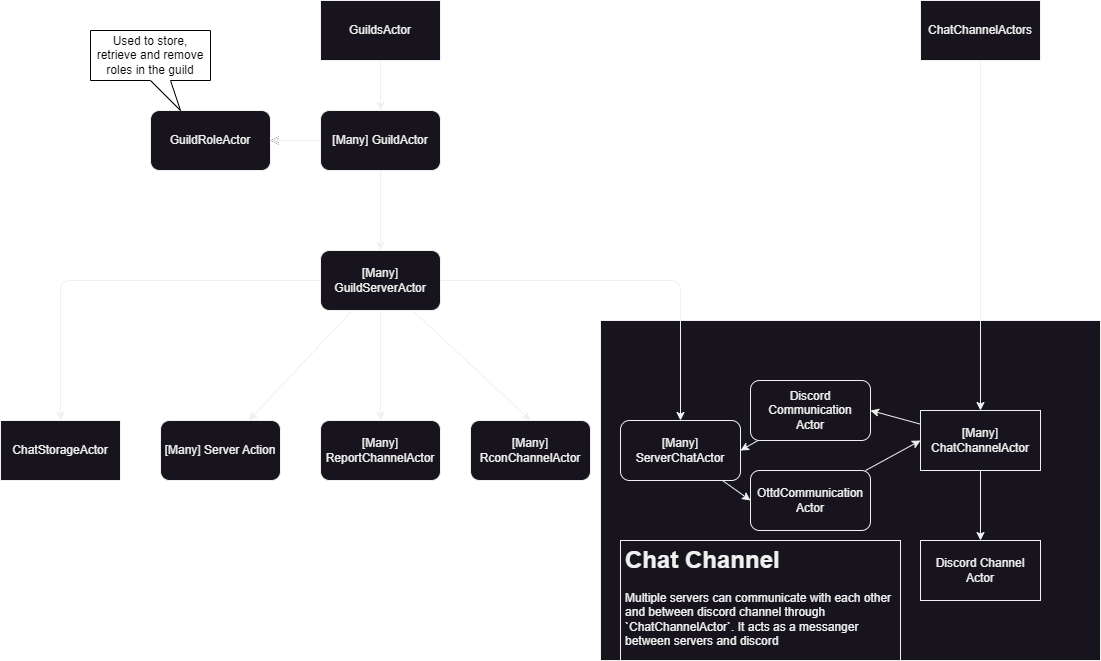
Earlier version of the draw.io export docs/akka.drawio.png (shoter/OpenttdDiscord). Source tidied: cells renumbered, new cells last; positions are measured from the earlier drawing's top-left corner, leaving out a move shared by most shapes. Its diagram source:
```xml
<mxGraphModel>
  <root>
    <mxCell id="0" />
    <mxCell id="1" parent="0" />
    <mxCell id="2" style="rounded=0;whiteSpace=wrap;html=1;strokeColor=#f0f0f0;fillColor=#18141D;" parent="1" vertex="1">
      <mxGeometry x="600" y="320" width="500" height="340" as="geometry" />
    </mxCell>
    <mxCell id="3" style="edgeStyle=none;html=1;strokeColor=#F0F0F0;" parent="1" edge="1" source="5" target="13">
      <mxGeometry relative="1" as="geometry" />
    </mxCell>
    <mxCell id="4" style="edgeStyle=none;html=1;entryX=1;entryY=0.5;entryDx=0;entryDy=0;" parent="1" edge="1" source="5" target="31">
      <mxGeometry relative="1" as="geometry" />
    </mxCell>
    <mxCell id="5" value="[Many] GuildActor" style="rounded=1;whiteSpace=wrap;html=1;strokeColor=#f0f0f0;fillColor=#18141D;fontColor=#F0F0F0;" parent="1" vertex="1">
      <mxGeometry x="320" y="110" width="120" height="60" as="geometry" />
    </mxCell>
    <mxCell id="6" style="edgeStyle=none;html=1;entryX=0.5;entryY=0;entryDx=0;entryDy=0;fontSize=12;strokeColor=#F0F0F0;" parent="1" edge="1" source="7" target="5">
      <mxGeometry relative="1" as="geometry" />
    </mxCell>
    <mxCell id="7" value="GuildsActor" style="rounded=0;whiteSpace=wrap;html=1;fontSize=12;strokeColor=#f0f0f0;fillColor=#18141D;fontColor=#F0F0F0;" parent="1" vertex="1">
      <mxGeometry x="320" width="120" height="60" as="geometry" />
    </mxCell>
    <mxCell id="8" style="edgeStyle=none;html=1;strokeColor=#F0F0F0;" parent="1" edge="1" source="13" target="14">
      <mxGeometry relative="1" as="geometry" />
    </mxCell>
    <mxCell id="9" style="edgeStyle=none;html=1;entryX=0.5;entryY=0;entryDx=0;entryDy=0;exitX=1;exitY=0.5;exitDx=0;exitDy=0;strokeColor=#F0F0F0;" parent="1" edge="1" source="13" target="16">
      <mxGeometry relative="1" as="geometry">
        <Array as="points">
          <mxPoint x="680" y="280" />
        </Array>
      </mxGeometry>
    </mxCell>
    <mxCell id="10" style="edgeStyle=none;html=1;entryX=0.5;entryY=0;entryDx=0;entryDy=0;endArrow=classic;endFill=1;strokeColor=#F0F0F0;" parent="1" edge="1" source="13" target="29">
      <mxGeometry relative="1" as="geometry">
        <Array as="points">
          <mxPoint x="60" y="280" />
        </Array>
      </mxGeometry>
    </mxCell>
    <mxCell id="11" style="edgeStyle=none;html=1;entryX=0.5;entryY=0;entryDx=0;entryDy=0;endArrow=classic;endFill=1;strokeColor=#F0F0F0;" parent="1" edge="1" source="13" target="28">
      <mxGeometry relative="1" as="geometry" />
    </mxCell>
    <mxCell id="12" style="edgeStyle=none;html=1;entryX=0.5;entryY=0;entryDx=0;entryDy=0;strokeColor=#F0F0F0;" parent="1" edge="1" source="13" target="27">
      <mxGeometry relative="1" as="geometry" />
    </mxCell>
    <mxCell id="13" value="[Many] GuildServerActor" style="rounded=1;whiteSpace=wrap;html=1;strokeColor=#f0f0f0;fillColor=#18141D;fontColor=#F0F0F0;" parent="1" vertex="1">
      <mxGeometry x="320" y="250" width="120" height="60" as="geometry" />
    </mxCell>
    <mxCell id="14" value="[Many] Server Action" style="rounded=1;whiteSpace=wrap;html=1;strokeColor=#f0f0f0;fillColor=#18141D;fontColor=#F0F0F0;" parent="1" vertex="1">
      <mxGeometry x="160" y="420" width="120" height="60" as="geometry" />
    </mxCell>
    <mxCell id="15" style="edgeStyle=none;html=1;entryX=0;entryY=0.5;entryDx=0;entryDy=0;strokeColor=#F0F0F0;" parent="1" edge="1" source="16" target="20">
      <mxGeometry relative="1" as="geometry" />
    </mxCell>
    <mxCell id="16" value="[Many] ServerChatActor" style="rounded=1;whiteSpace=wrap;html=1;strokeColor=#f0f0f0;fillColor=#18141D;fontColor=#F0F0F0;" parent="1" vertex="1">
      <mxGeometry x="620" y="420" width="120" height="60" as="geometry" />
    </mxCell>
    <mxCell id="17" style="edgeStyle=none;html=1;entryX=1;entryY=0.5;entryDx=0;entryDy=0;strokeColor=#F0F0F0;" parent="1" edge="1" source="18" target="16">
      <mxGeometry relative="1" as="geometry" />
    </mxCell>
    <mxCell id="18" value="Discord Communication&lt;br&gt;Actor" style="rounded=1;whiteSpace=wrap;html=1;strokeColor=#f0f0f0;fillColor=#18141D;fontColor=#F0F0F0;" parent="1" vertex="1">
      <mxGeometry x="750" y="380" width="120" height="60" as="geometry" />
    </mxCell>
    <mxCell id="19" style="edgeStyle=none;html=1;entryX=0;entryY=0.5;entryDx=0;entryDy=0;strokeColor=#F0F0F0;" parent="1" edge="1" source="20" target="25">
      <mxGeometry relative="1" as="geometry" />
    </mxCell>
    <mxCell id="20" value="OttdCommunication&lt;br&gt;Actor" style="rounded=1;whiteSpace=wrap;html=1;strokeColor=#f0f0f0;fillColor=#18141D;fontColor=#F0F0F0;" parent="1" vertex="1">
      <mxGeometry x="750" y="470" width="120" height="60" as="geometry" />
    </mxCell>
    <mxCell id="21" style="edgeStyle=none;html=1;strokeColor=#F0F0F0;" parent="1" edge="1" source="22" target="25">
      <mxGeometry relative="1" as="geometry" />
    </mxCell>
    <mxCell id="22" value="ChatChannelActors" style="rounded=0;whiteSpace=wrap;html=1;fontSize=12;strokeColor=#f0f0f0;fillColor=#18141D;fontColor=#F0F0F0;" parent="1" vertex="1">
      <mxGeometry x="920" width="120" height="60" as="geometry" />
    </mxCell>
    <mxCell id="23" style="edgeStyle=none;html=1;strokeColor=#F0F0F0;" parent="1" edge="1" source="25" target="26">
      <mxGeometry relative="1" as="geometry" />
    </mxCell>
    <mxCell id="24" style="edgeStyle=none;html=1;entryX=1;entryY=0.5;entryDx=0;entryDy=0;strokeColor=#F0F0F0;" parent="1" edge="1" source="25" target="18">
      <mxGeometry relative="1" as="geometry" />
    </mxCell>
    <mxCell id="25" value="[Many] ChatChannelActor" style="rounded=0;whiteSpace=wrap;html=1;fontSize=12;strokeColor=#f0f0f0;fillColor=#18141D;fontColor=#F0F0F0;" parent="1" vertex="1">
      <mxGeometry x="920" y="410" width="120" height="60" as="geometry" />
    </mxCell>
    <mxCell id="26" value="Discord Channel Actor" style="rounded=0;whiteSpace=wrap;html=1;fontSize=12;strokeColor=#f0f0f0;fillColor=#18141D;fontColor=#F0F0F0;" parent="1" vertex="1">
      <mxGeometry x="920" y="540" width="120" height="60" as="geometry" />
    </mxCell>
    <mxCell id="27" value="[Many]&lt;br&gt;RconChannelActor" style="rounded=1;whiteSpace=wrap;html=1;strokeColor=#f0f0f0;fillColor=#18141D;fontColor=#F0F0F0;" parent="1" vertex="1">
      <mxGeometry x="470" y="420" width="120" height="60" as="geometry" />
    </mxCell>
    <mxCell id="28" value="[Many]&lt;br&gt;ReportChannelActor" style="rounded=1;whiteSpace=wrap;html=1;strokeColor=#f0f0f0;fillColor=#18141D;fontColor=#F0F0F0;" parent="1" vertex="1">
      <mxGeometry x="320" y="420" width="120" height="60" as="geometry" />
    </mxCell>
    <mxCell id="29" value="ChatStorageActor" style="rounded=0;whiteSpace=wrap;html=1;fontSize=12;strokeColor=#f0f0f0;fillColor=#18141D;fontColor=#F0F0F0;" parent="1" vertex="1">
      <mxGeometry y="420" width="120" height="60" as="geometry" />
    </mxCell>
    <mxCell id="30" value="&lt;h1&gt;Chat Channel&lt;/h1&gt;&lt;p&gt;Multiple servers can communicate with each other and between discord channel through `ChatChannelActor`. It acts as a messanger between servers and discord&lt;/p&gt;" style="text;html=1;strokeColor=#f0f0f0;fillColor=#18141D;spacing=5;spacingTop=-20;whiteSpace=wrap;overflow=hidden;rounded=0;fontColor=#F0F0F0;" parent="1" vertex="1">
      <mxGeometry x="620" y="540" width="280" height="120" as="geometry" />
    </mxCell>
    <mxCell id="31" value="GuildRoleActor" style="rounded=1;whiteSpace=wrap;html=1;strokeColor=#f0f0f0;fillColor=#18141D;fontColor=#F0F0F0;" parent="1" vertex="1">
      <mxGeometry x="150" y="110" width="120" height="60" as="geometry" />
    </mxCell>
    <mxCell id="32" style="edgeStyle=none;html=1;strokeColor=#F0F0F1;" parent="1" edge="1" source="5" target="31">
      <mxGeometry relative="1" as="geometry" />
    </mxCell>
    <mxCell id="33" value="&lt;span style=&quot;text-align: left;&quot;&gt;Used to store, retrieve and remove roles in the guild&lt;/span&gt;" style="shape=callout;whiteSpace=wrap;html=1;perimeter=calloutPerimeter;fontSize=12;position2=0.75;" parent="1" vertex="1">
      <mxGeometry x="90" y="30" width="120" height="80" as="geometry" />
    </mxCell>
  </root>
</mxGraphModel>
```
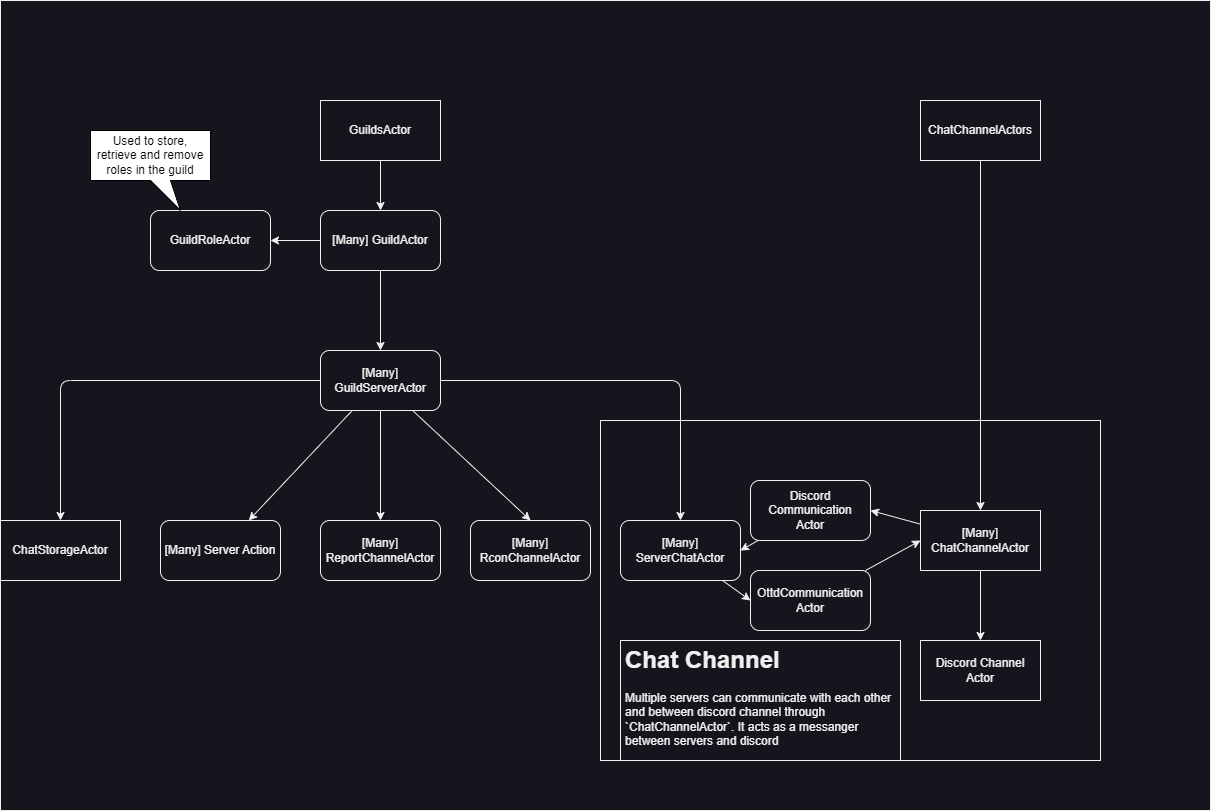
The same diagram one commit later.

Commit message:
docs: add background to akka drawio

Change to the diagram source:
```diff
@@ -2,6 +2,9 @@
   <root>
     <mxCell id="0" />
     <mxCell id="1" parent="0" />
+    <mxCell id="34" style="rounded=0;whiteSpace=wrap;html=1;strokeColor=#f0f0f0;fillColor=#18141D;" parent="1" vertex="1">
+      <mxGeometry y="-100" width="1210" height="810" as="geometry" />
+    </mxCell>
     <mxCell id="2" style="rounded=0;whiteSpace=wrap;html=1;strokeColor=#f0f0f0;fillColor=#18141D;" parent="1" vertex="1">
       <mxGeometry x="600" y="320" width="500" height="340" as="geometry" />
     </mxCell>
```
